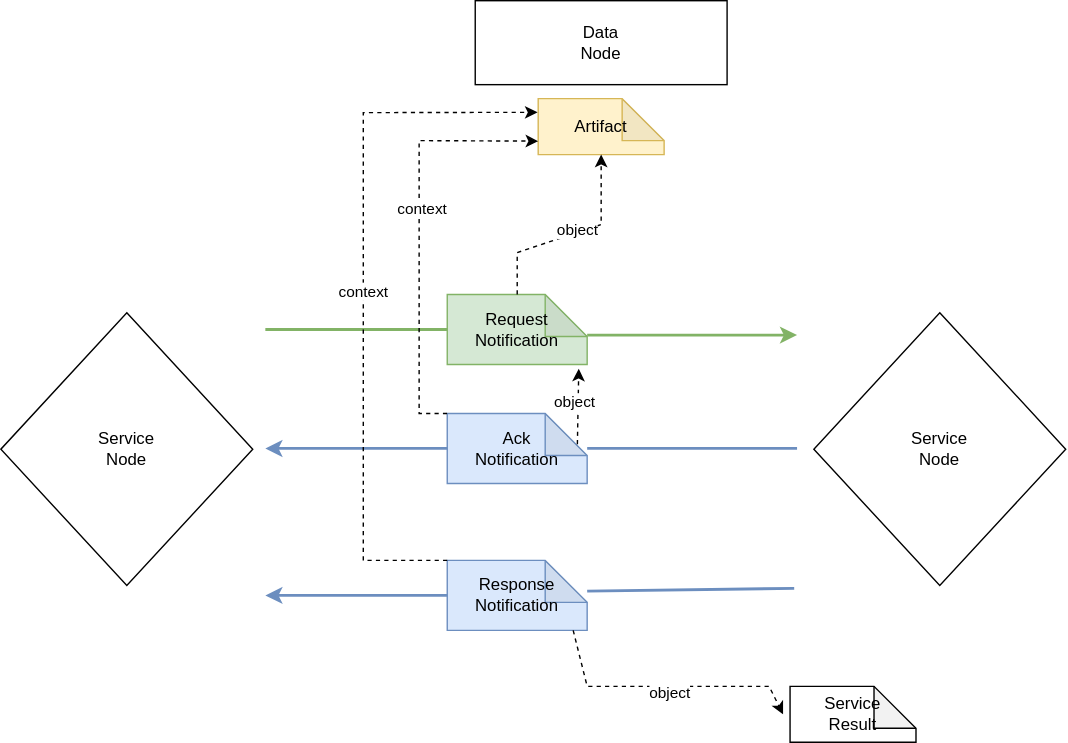
This is images/request_response_servicenode.svg from MellonScholarlyCommunication/spec-notifications, a draw.io export, as it was before one commit. Source tidied: cells renumbered, new cells last; positions are measured from the earlier drawing's top-left corner, leaving out a move shared by most shapes. Its diagram source:
```xml
<mxGraphModel>
  <root>
    <mxCell id="0" />
    <mxCell id="1" parent="0" />
    <mxCell id="2" value="Data&lt;br&gt;Node" style="rounded=0;whiteSpace=wrap;html=1;rotation=0;" parent="1" vertex="1">
      <mxGeometry x="339" width="180" height="60" as="geometry" />
    </mxCell>
    <mxCell id="3" value="Request&lt;br&gt;Notification" style="shape=note;whiteSpace=wrap;html=1;backgroundOutline=1;darkOpacity=0.05;fillColor=#d5e8d4;strokeColor=#82b366;" parent="1" vertex="1">
      <mxGeometry x="319" y="210" width="100" height="50" as="geometry" />
    </mxCell>
    <mxCell id="4" style="endArrow=none;html=1;rounded=0;entryX=0;entryY=0.5;entryDx=0;entryDy=0;entryPerimeter=0;strokeWidth=2;fillColor=#d5e8d4;strokeColor=#82b366;" parent="1" edge="1" target="3">
      <mxGeometry relative="1" as="geometry">
        <mxPoint x="189" y="235" as="sourcePoint" />
      </mxGeometry>
    </mxCell>
    <mxCell id="5" style="endArrow=classic;html=1;rounded=0;entryX=0;entryY=0.25;entryDx=0;entryDy=0;exitX=0;exitY=0;exitDx=100;exitDy=40;exitPerimeter=0;strokeWidth=2;fillColor=#d5e8d4;strokeColor=#82b366;" parent="1" edge="1">
      <mxGeometry relative="1" as="geometry">
        <mxPoint x="419" y="239" as="sourcePoint" />
        <mxPoint x="569" y="239" as="targetPoint" />
      </mxGeometry>
    </mxCell>
    <mxCell id="6" value="Artifact" style="shape=note;whiteSpace=wrap;html=1;backgroundOutline=1;darkOpacity=0.05;fillColor=#fff2cc;strokeColor=#d6b656;" parent="1" vertex="1">
      <mxGeometry x="384" y="70" width="90" height="40" as="geometry" />
    </mxCell>
    <mxCell id="7" style="endArrow=classic;html=1;rounded=0;exitX=0.5;exitY=0;exitDx=0;exitDy=0;exitPerimeter=0;dashed=1;entryX=0.5;entryY=1;entryDx=0;entryDy=0;entryPerimeter=0;" parent="1" edge="1" source="3" target="6">
      <mxGeometry relative="1" as="geometry">
        <Array as="points">
          <mxPoint x="369" y="180" />
          <mxPoint x="429" y="160" />
        </Array>
      </mxGeometry>
    </mxCell>
    <mxCell id="8" value="object" style="edgeLabel;html=1;align=center;verticalAlign=middle;" parent="7" vertex="1">
      <mxGeometry x="0.06" y="1" relative="1" as="geometry">
        <mxPoint y="-1" as="offset" />
      </mxGeometry>
    </mxCell>
    <mxCell id="9" value="Ack&lt;br&gt;Notification" style="shape=note;whiteSpace=wrap;html=1;backgroundOutline=1;darkOpacity=0.05;fillColor=#dae8fc;strokeColor=#6c8ebf;" parent="1" vertex="1">
      <mxGeometry x="319" y="295" width="100" height="50" as="geometry" />
    </mxCell>
    <mxCell id="10" style="endArrow=none;html=1;rounded=0;entryX=0;entryY=0.5;entryDx=0;entryDy=0;fillColor=#dae8fc;strokeColor=#6c8ebf;strokeWidth=2;" parent="1" edge="1" source="9">
      <mxGeometry relative="1" as="geometry">
        <mxPoint x="569" y="320" as="targetPoint" />
      </mxGeometry>
    </mxCell>
    <mxCell id="11" style="endArrow=classic;html=1;rounded=0;exitX=0;exitY=0.5;exitDx=0;exitDy=0;exitPerimeter=0;fillColor=#dae8fc;strokeColor=#6c8ebf;strokeWidth=2;" parent="1" edge="1" source="9">
      <mxGeometry relative="1" as="geometry">
        <mxPoint x="189" y="320" as="targetPoint" />
      </mxGeometry>
    </mxCell>
    <mxCell id="12" style="endArrow=classic;html=1;rounded=0;exitX=0;exitY=0;exitDx=0;exitDy=0;exitPerimeter=0;dashed=1;entryX=0.001;entryY=0.759;entryDx=0;entryDy=0;entryPerimeter=0;" parent="1" edge="1">
      <mxGeometry relative="1" as="geometry">
        <mxPoint x="318.9" y="295" as="sourcePoint" />
        <mxPoint x="384" y="100.4" as="targetPoint" />
        <Array as="points">
          <mxPoint x="298.9" y="295" />
          <mxPoint x="298.9" y="100" />
        </Array>
      </mxGeometry>
    </mxCell>
    <mxCell id="13" value="context" style="edgeLabel;html=1;align=center;verticalAlign=middle;" parent="12" vertex="1">
      <mxGeometry x="0.12" y="-2" relative="1" as="geometry" />
    </mxCell>
    <mxCell id="14" style="endArrow=classic;html=1;rounded=0;dashed=1;exitX=0.93;exitY=0.44;exitDx=0;exitDy=0;exitPerimeter=0;entryX=0.94;entryY=1.06;entryDx=0;entryDy=0;entryPerimeter=0;" parent="1" edge="1" source="9" target="3">
      <mxGeometry relative="1" as="geometry" />
    </mxCell>
    <mxCell id="15" value="object" style="edgeLabel;html=1;align=center;verticalAlign=middle;" parent="14" vertex="1">
      <mxGeometry x="0.15" y="3" relative="1" as="geometry" />
    </mxCell>
    <mxCell id="16" value="Response&lt;br&gt;Notification" style="shape=note;whiteSpace=wrap;html=1;backgroundOutline=1;darkOpacity=0.05;fillColor=#dae8fc;strokeColor=#6c8ebf;" parent="1" vertex="1">
      <mxGeometry x="319" y="400" width="100" height="50" as="geometry" />
    </mxCell>
    <mxCell id="17" style="endArrow=none;html=1;rounded=0;entryX=-0.029;entryY=0.857;entryDx=0;entryDy=0;entryPerimeter=0;exitX=1;exitY=0.44;exitDx=0;exitDy=0;exitPerimeter=0;fillColor=#dae8fc;strokeColor=#6c8ebf;strokeWidth=2;" parent="1" edge="1" source="16">
      <mxGeometry relative="1" as="geometry">
        <mxPoint x="567" y="420" as="targetPoint" />
      </mxGeometry>
    </mxCell>
    <mxCell id="18" style="endArrow=classic;html=1;rounded=0;exitX=0;exitY=0.5;exitDx=0;exitDy=0;exitPerimeter=0;fillColor=#dae8fc;strokeColor=#6c8ebf;strokeWidth=2;" parent="1" edge="1" source="16">
      <mxGeometry relative="1" as="geometry">
        <mxPoint x="189" y="425" as="targetPoint" />
      </mxGeometry>
    </mxCell>
    <mxCell id="19" value="context" style="endArrow=classic;html=1;rounded=0;exitX=0;exitY=0;exitDx=0;exitDy=0;exitPerimeter=0;dashed=1;entryX=-0.005;entryY=0.244;entryDx=0;entryDy=0;entryPerimeter=0;" parent="1" edge="1" source="16" target="6">
      <mxGeometry relative="1" as="geometry">
        <Array as="points">
          <mxPoint x="259" y="400" />
          <mxPoint x="259" y="80" />
        </Array>
      </mxGeometry>
    </mxCell>
    <mxCell id="20" value="Service&lt;br&gt;Result" style="shape=note;whiteSpace=wrap;html=1;backgroundOutline=1;darkOpacity=0.05;" parent="1" vertex="1">
      <mxGeometry x="564" y="490" width="90" height="40" as="geometry" />
    </mxCell>
    <mxCell id="21" style="endArrow=classic;html=1;rounded=0;dashed=1;exitX=0.9;exitY=1;exitDx=0;exitDy=0;exitPerimeter=0;" parent="1" edge="1" source="16">
      <mxGeometry relative="1" as="geometry">
        <mxPoint x="559" y="510" as="targetPoint" />
        <Array as="points">
          <mxPoint x="419" y="490" />
          <mxPoint x="549" y="490" />
        </Array>
      </mxGeometry>
    </mxCell>
    <mxCell id="22" value="object" style="edgeLabel;html=1;align=center;verticalAlign=middle;" parent="21" vertex="1">
      <mxGeometry x="0.04" y="-4" relative="1" as="geometry" />
    </mxCell>
    <mxCell id="23" value="Service&lt;br&gt;Node" style="rhombus;whiteSpace=wrap;html=1;" parent="1" vertex="1">
      <mxGeometry x="581" y="223" width="180" height="195" as="geometry" />
    </mxCell>
    <mxCell id="24" value="Service&lt;br&gt;Node" style="rhombus;whiteSpace=wrap;html=1;" parent="1" vertex="1">
      <mxGeometry y="223" width="180" height="195" as="geometry" />
    </mxCell>
  </root>
</mxGraphModel>
```
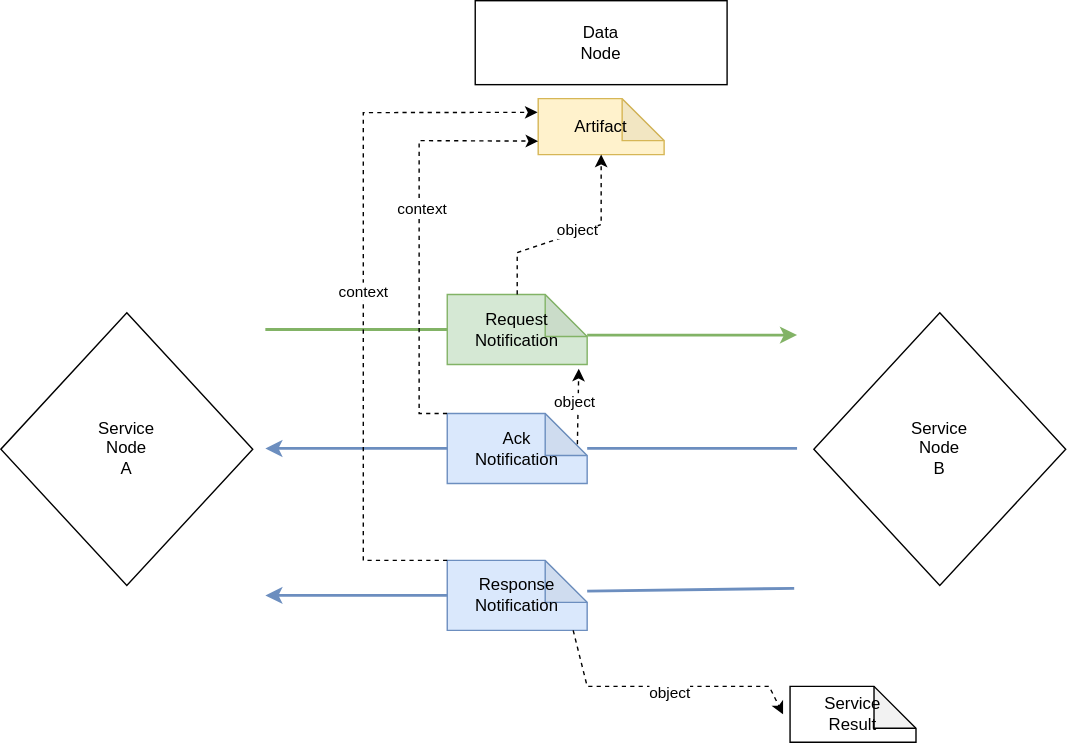
After the commit.

What changed in the source:
```diff
@@ -103,10 +103,10 @@
     <mxCell id="22" value="object" style="edgeLabel;html=1;align=center;verticalAlign=middle;" parent="21" vertex="1">
       <mxGeometry x="0.04" y="-4" relative="1" as="geometry" />
     </mxCell>
-    <mxCell id="23" value="Service&lt;br&gt;Node" style="rhombus;whiteSpace=wrap;html=1;" parent="1" vertex="1">
+    <mxCell id="23" value="Service&lt;br&gt;Node&lt;br&gt;B" style="rhombus;whiteSpace=wrap;html=1;" parent="1" vertex="1">
       <mxGeometry x="581" y="223" width="180" height="195" as="geometry" />
     </mxCell>
-    <mxCell id="24" value="Service&lt;br&gt;Node" style="rhombus;whiteSpace=wrap;html=1;" parent="1" vertex="1">
+    <mxCell id="24" value="Service&lt;br&gt;Node&lt;br&gt;A" style="rhombus;whiteSpace=wrap;html=1;" parent="1" vertex="1">
       <mxGeometry y="223" width="180" height="195" as="geometry" />
     </mxCell>
   </root>
```
